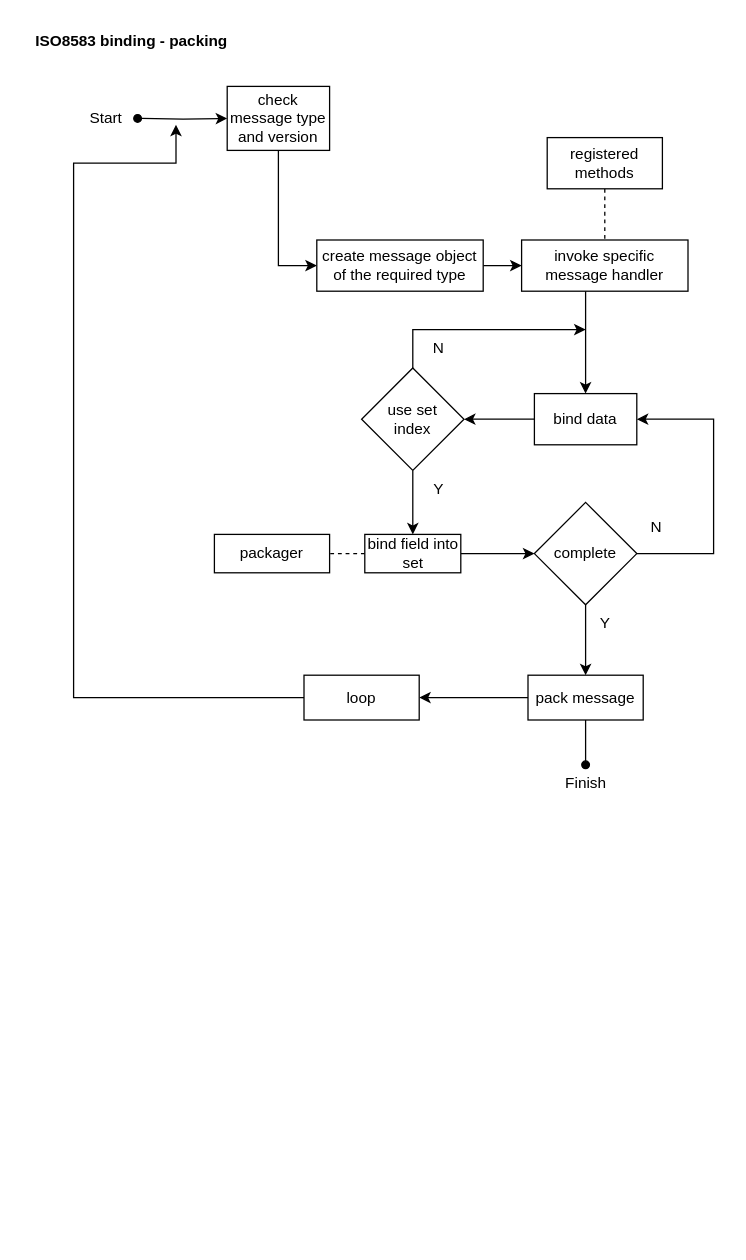
Earlier version of the draw.io diagram page "Page-1" (1 of 3) of ISO8583 binding-packing.drawio (PramudiaPutra/diagrams). Source tidied: cells renumbered, new cells numbered last; positions are measured from the earlier drawing's top-left corner, leaving out a move shared by most shapes. Both pictures are drawn from the tidied source at 128%, with x=0, y=0 at pixel (22, 22).
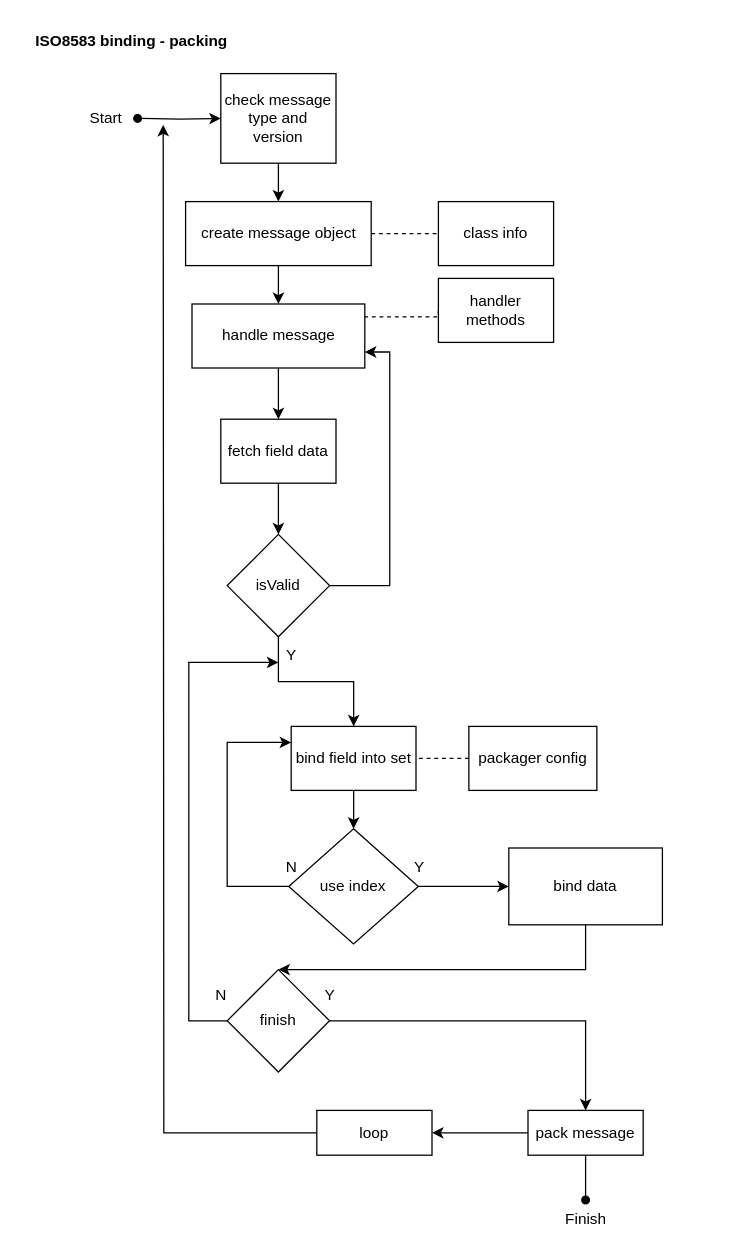
The same page after the edit.

Change to the diagram source:
```diff
@@
-    <mxCell id="2" style="edgeStyle=orthogonalEdgeStyle;rounded=0;jettySize=auto;html=1;endArrow=classic;endFill=1;" parent="1" edge="1" source="3" target="27">
+    <mxCell id="2" style="edgeStyle=orthogonalEdgeStyle;rounded=0;jettySize=auto;html=1;startArrow=none;startFill=0;endArrow=classic;endFill=1;" parent="1" edge="1" source="3" target="27">
       <mxGeometry relative="1" as="geometry" />
     </mxCell>
+    <mxCell id="35" style="edgeStyle=orthogonalEdgeStyle;rounded=0;jettySize=auto;html=1;startArrow=none;startFill=0;endArrow=none;endFill=0;dashed=1;" parent="1" edge="1" source="3" target="47">
+      <mxGeometry relative="1" as="geometry" />
+    </mxCell>
-    <mxCell id="3" value="create message object of the required type" style="rounded=0;whiteSpace=wrap;html=1;" parent="1" vertex="1">
-      <mxGeometry x="230" y="170" width="130" height="40" as="geometry" />
+    <mxCell id="3" value="create message object" style="rounded=0;whiteSpace=wrap;html=1;" parent="1" vertex="1">
+      <mxGeometry x="127.5" y="140" width="145" height="50" as="geometry" />
     </mxCell>
@@
-    <mxCell id="5" style="edgeStyle=orthogonalEdgeStyle;rounded=0;jettySize=auto;html=1;endArrow=classic;endFill=1;" parent="1" edge="1" source="6" target="14">
+    <mxCell id="5" style="edgeStyle=orthogonalEdgeStyle;rounded=0;jettySize=auto;html=1;startArrow=none;startFill=0;endArrow=classic;endFill=1;" parent="1" edge="1" source="6" target="14">
       <mxGeometry relative="1" as="geometry" />
     </mxCell>
-    <mxCell id="6" value="bind data" style="rounded=0;whiteSpace=wrap;html=1;" parent="1" vertex="1">
-      <mxGeometry x="400" y="290" width="80" height="40" as="geometry" />
+    <mxCell id="6" value="fetch field data" style="rounded=0;whiteSpace=wrap;html=1;" parent="1" vertex="1">
+      <mxGeometry x="155" y="310" width="90" height="50" as="geometry" />
     </mxCell>
-    <mxCell id="7" style="edgeStyle=orthogonalEdgeStyle;rounded=0;jettySize=auto;html=1;entryX=1;entryY=0.5;entryDx=0;entryDy=0;endArrow=classic;endFill=1;exitX=1;exitY=0.5;exitDx=0;exitDy=0;" parent="1" edge="1" source="9" target="6">
-      <mxGeometry relative="1" as="geometry">
-        <Array as="points">
-          <mxPoint x="540" y="415" />
-          <mxPoint x="540" y="310" />
-        </Array>
-      </mxGeometry>
-    </mxCell>
-    <mxCell id="8" style="edgeStyle=orthogonalEdgeStyle;rounded=0;jettySize=auto;html=1;endArrow=classic;endFill=1;" parent="1" edge="1" source="9" target="22">
-      <mxGeometry relative="1" as="geometry" />
-    </mxCell>
-    <mxCell id="9" value="complete" style="rhombus;whiteSpace=wrap;html=1;rounded=0;" parent="1" vertex="1">
-      <mxGeometry x="400" y="375" width="80" height="80" as="geometry" />
-    </mxCell>
-    <mxCell id="10" style="edgeStyle=orthogonalEdgeStyle;rounded=0;jettySize=auto;html=1;dashed=1;endArrow=none;endFill=0;exitX=0;exitY=0.5;exitDx=0;exitDy=0;entryX=1;entryY=0.5;entryDx=0;entryDy=0;" parent="1" edge="1" source="18" target="11">
-      <mxGeometry relative="1" as="geometry" />
-    </mxCell>
+    <mxCell id="36" style="edgeStyle=orthogonalEdgeStyle;rounded=0;jettySize=auto;html=1;entryX=1;entryY=0.5;entryDx=0;entryDy=0;startArrow=none;startFill=0;endArrow=none;endFill=0;dashed=1;" parent="1" edge="1" source="11" target="18">
+      <mxGeometry relative="1" as="geometry" />
+    </mxCell>
-    <mxCell id="11" value="packager" style="whiteSpace=wrap;html=1;rounded=0;" parent="1" vertex="1">
-      <mxGeometry x="150" y="400" width="90" height="30" as="geometry" />
+    <mxCell id="11" value="packager config" style="whiteSpace=wrap;html=1;rounded=0;" parent="1" vertex="1">
+      <mxGeometry x="348.8" y="550" width="100" height="50" as="geometry" />
     </mxCell>
-    <mxCell id="12" style="edgeStyle=orthogonalEdgeStyle;rounded=0;jettySize=auto;html=1;endArrow=classic;endFill=1;" parent="1" edge="1" source="14">
-      <mxGeometry relative="1" as="geometry">
-        <mxPoint x="440" y="240" as="targetPoint" />
-        <Array as="points">
-          <mxPoint x="305" y="240" />
-        </Array>
-      </mxGeometry>
-    </mxCell>
-    <mxCell id="13" style="edgeStyle=orthogonalEdgeStyle;rounded=0;jettySize=auto;html=1;endArrow=classic;endFill=1;" parent="1" edge="1" source="14" target="18">
+    <mxCell id="13" style="edgeStyle=orthogonalEdgeStyle;rounded=0;jettySize=auto;html=1;startArrow=none;startFill=0;endArrow=classic;endFill=1;" parent="1" edge="1" source="14" target="18">
       <mxGeometry relative="1" as="geometry" />
     </mxCell>
+    <mxCell id="37" style="edgeStyle=orthogonalEdgeStyle;rounded=0;jettySize=auto;html=1;entryX=1;entryY=0.75;entryDx=0;entryDy=0;startArrow=none;startFill=0;endArrow=classic;endFill=1;" parent="1" edge="1" source="14" target="27">
+      <mxGeometry relative="1" as="geometry">
+        <Array as="points">
+          <mxPoint x="287" y="440" />
+          <mxPoint x="287" y="257" />
+        </Array>
+      </mxGeometry>
+    </mxCell>
-    <mxCell id="14" value="&lt;div&gt;use set &lt;br&gt;&lt;/div&gt;&lt;div&gt;index&lt;/div&gt;" style="rhombus;whiteSpace=wrap;html=1;rounded=0;" parent="1" vertex="1">
-      <mxGeometry x="265" y="270" width="80" height="80" as="geometry" />
+    <mxCell id="14" value="isValid" style="rhombus;whiteSpace=wrap;html=1;rounded=0;" parent="1" vertex="1">
+      <mxGeometry x="160" y="400" width="80" height="80" as="geometry" />
     </mxCell>
-    <mxCell id="15" value="N" style="text;html=1;align=center;verticalAlign=middle;strokeColor=none;fillColor=none;" parent="1" vertex="1">
-      <mxGeometry x="310" y="240" width="30" height="30" as="geometry" />
-    </mxCell>
-    <mxCell id="16" value="Y" style="text;html=1;align=center;verticalAlign=middle;strokeColor=none;fillColor=none;" parent="1" vertex="1">
-      <mxGeometry x="310" y="350" width="30" height="30" as="geometry" />
-    </mxCell>
-    <mxCell id="17" style="edgeStyle=orthogonalEdgeStyle;rounded=0;jettySize=auto;html=1;entryX=0;entryY=0.5;entryDx=0;entryDy=0;endArrow=classic;endFill=1;" parent="1" edge="1" source="18" target="9">
-      <mxGeometry relative="1" as="geometry" />
-    </mxCell>
+    <mxCell id="38" style="edgeStyle=orthogonalEdgeStyle;rounded=0;jettySize=auto;html=1;startArrow=none;startFill=0;endArrow=classic;endFill=1;" parent="1" edge="1" source="18" target="50">
+      <mxGeometry relative="1" as="geometry" />
+    </mxCell>
     <mxCell id="18" value="bind field into set " style="whiteSpace=wrap;html=1;rounded=0;" parent="1" vertex="1">
-      <mxGeometry x="267.5" y="400" width="75" height="30" as="geometry" />
+      <mxGeometry x="210" y="550" width="97.5" height="50" as="geometry" />
     </mxCell>
-    <mxCell id="19" style="edgeStyle=orthogonalEdgeStyle;rounded=0;jettySize=auto;html=1;endArrow=classic;endFill=1;exitX=0;exitY=0.5;exitDx=0;exitDy=0;" parent="1" edge="1" source="29">
-      <mxGeometry relative="1" as="geometry">
-        <mxPoint x="120" y="80" as="targetPoint" />
-        <Array as="points">
-          <mxPoint x="40" y="528" />
-          <mxPoint x="40" y="110" />
-          <mxPoint x="120" y="110" />
-        </Array>
-      </mxGeometry>
-    </mxCell>
@@
-    <mxCell id="21" style="edgeStyle=orthogonalEdgeStyle;rounded=0;jettySize=auto;html=1;endArrow=oval;endFill=1;" parent="1" edge="1" source="22">
-      <mxGeometry relative="1" as="geometry">
-        <mxPoint x="440" y="580" as="targetPoint" />
-      </mxGeometry>
-    </mxCell>
+    <mxCell id="39" style="edgeStyle=orthogonalEdgeStyle;rounded=0;jettySize=auto;html=1;startArrow=none;startFill=0;endArrow=oval;endFill=1;" parent="1" edge="1" source="22" target="31">
+      <mxGeometry relative="1" as="geometry" />
+    </mxCell>
     <mxCell id="22" value="pack message" style="whiteSpace=wrap;html=1;rounded=0;" parent="1" vertex="1">
-      <mxGeometry x="395" y="510" width="90" height="35" as="geometry" />
+      <mxGeometry x="395" y="850" width="90" height="35" as="geometry" />
     </mxCell>
-    <mxCell id="23" value="Y" style="text;html=1;align=center;verticalAlign=middle;strokeColor=none;fillColor=none;" parent="1" vertex="1">
-      <mxGeometry x="440" y="455" width="30" height="30" as="geometry" />
-    </mxCell>
+    <mxCell id="34" style="edgeStyle=orthogonalEdgeStyle;rounded=0;jettySize=auto;html=1;startArrow=none;startFill=0;endArrow=classic;endFill=1;" parent="1" edge="1" source="24" target="3">
+      <mxGeometry relative="1" as="geometry" />
+    </mxCell>
     <mxCell id="24" value="check message type and version" style="rounded=0;whiteSpace=wrap;html=1;" parent="1" vertex="1">
-      <mxGeometry x="160" y="50" width="80" height="50" as="geometry" />
+      <mxGeometry x="155" y="40" width="90" height="70" as="geometry" />
     </mxCell>
@@
-    <mxCell id="26" style="edgeStyle=orthogonalEdgeStyle;rounded=0;jettySize=auto;html=1;endArrow=classic;endFill=1;" parent="1" edge="1" source="27" target="6">
-      <mxGeometry relative="1" as="geometry">
-        <Array as="points">
-          <mxPoint x="440" y="220" />
-          <mxPoint x="440" y="220" />
-        </Array>
-      </mxGeometry>
+    <mxCell id="26" style="edgeStyle=orthogonalEdgeStyle;rounded=0;jettySize=auto;html=1;startArrow=none;startFill=0;endArrow=classic;endFill=1;" parent="1" edge="1" source="27" target="6">
+      <mxGeometry relative="1" as="geometry" />
     </mxCell>
-    <mxCell id="27" value="invoke specific message handler" style="rounded=0;whiteSpace=wrap;html=1;" parent="1" vertex="1">
-      <mxGeometry x="390" y="170" width="130" height="40" as="geometry" />
+    <mxCell id="27" value="&lt;div&gt;handle message&lt;/div&gt;" style="rounded=0;whiteSpace=wrap;html=1;" parent="1" vertex="1">
+      <mxGeometry x="132.5" y="220" width="135" height="50" as="geometry" />
     </mxCell>
-    <mxCell id="28" value="N" style="text;html=1;align=center;verticalAlign=middle;strokeColor=none;fillColor=none;" parent="1" vertex="1">
-      <mxGeometry x="480" y="380" width="30" height="30" as="geometry" />
-    </mxCell>
+    <mxCell id="40" style="edgeStyle=orthogonalEdgeStyle;rounded=0;jettySize=auto;html=1;startArrow=none;startFill=0;endArrow=classic;endFill=1;" parent="1" edge="1" source="29">
+      <mxGeometry relative="1" as="geometry">
+        <mxPoint x="110" y="80" as="targetPoint" />
+      </mxGeometry>
+    </mxCell>
     <mxCell id="29" value="loop" style="whiteSpace=wrap;html=1;rounded=0;" parent="1" vertex="1">
-      <mxGeometry x="220" y="510" width="90" height="35" as="geometry" />
+      <mxGeometry x="230" y="850" width="90" height="35" as="geometry" />
     </mxCell>
@@
     <mxCell id="31" value="Finish" style="text;html=1;align=center;verticalAlign=middle;points=[];strokeColor=none;fillColor=none;" parent="1" vertex="1">
-      <mxGeometry x="410" y="580" width="60" height="30" as="geometry" />
+      <mxGeometry x="410" y="920" width="60" height="30" as="geometry" />
     </mxCell>
-    <mxCell id="32" style="edgeStyle=orthogonalEdgeStyle;rounded=0;jettySize=auto;html=1;dashed=1;startArrow=none;startFill=0;endArrow=none;endFill=0;" parent="1" edge="1" source="33" target="27">
-      <mxGeometry relative="1" as="geometry" />
+    <mxCell id="32" style="edgeStyle=orthogonalEdgeStyle;rounded=0;jettySize=auto;html=1;dashed=1;startArrow=none;startFill=0;endArrow=none;endFill=0;exitX=0;exitY=0.5;exitDx=0;exitDy=0;" parent="1" edge="1" source="33" target="27">
+      <mxGeometry relative="1" as="geometry">
+        <Array as="points">
+          <mxPoint x="325" y="230" />
+        </Array>
+      </mxGeometry>
     </mxCell>
-    <mxCell id="33" value="registered methods" style="rounded=0;whiteSpace=wrap;html=1;" parent="1" vertex="1">
-      <mxGeometry x="410" y="90" width="90" height="40" as="geometry" />
+    <mxCell id="33" value="handler methods" style="rounded=0;whiteSpace=wrap;html=1;" parent="1" vertex="1">
+      <mxGeometry x="325" y="200" width="90" height="50" as="geometry" />
     </mxCell>
-    <mxCell id="34" style="edgeStyle=orthogonalEdgeStyle;rounded=0;jettySize=auto;html=1;startArrow=none;startFill=0;endArrow=classic;endFill=1;exitX=0.5;exitY=1;exitDx=0;exitDy=0;entryX=0;entryY=0.5;entryDx=0;entryDy=0;" parent="1" edge="1" source="24" target="3">
-      <mxGeometry relative="1" as="geometry" />
-    </mxCell>
+    <mxCell id="41" style="edgeStyle=orthogonalEdgeStyle;rounded=0;jettySize=auto;html=1;startArrow=none;startFill=0;endArrow=classic;endFill=1;" parent="1" edge="1" source="43">
+      <mxGeometry relative="1" as="geometry">
+        <mxPoint x="200" y="500" as="targetPoint" />
+        <Array as="points">
+          <mxPoint x="130" y="780" />
+          <mxPoint x="130" y="500" />
+        </Array>
+      </mxGeometry>
+    </mxCell>
+    <mxCell id="42" style="edgeStyle=orthogonalEdgeStyle;rounded=0;jettySize=auto;html=1;startArrow=none;startFill=0;endArrow=classic;endFill=1;" parent="1" edge="1" source="43" target="22">
+      <mxGeometry relative="1" as="geometry" />
+    </mxCell>
+    <mxCell id="43" value="finish" style="rhombus;whiteSpace=wrap;html=1;rounded=0;" parent="1" vertex="1">
+      <mxGeometry x="160" y="740" width="80" height="80" as="geometry" />
+    </mxCell>
+    <mxCell id="44" value="N" style="text;html=1;align=center;verticalAlign=middle;strokeColor=none;fillColor=none;" parent="1" vertex="1">
+      <mxGeometry x="140" y="745" width="30" height="30" as="geometry" />
+    </mxCell>
+    <mxCell id="45" value="Y" style="text;html=1;align=center;verticalAlign=middle;strokeColor=none;fillColor=none;" parent="1" vertex="1">
+      <mxGeometry x="225" y="745" width="30" height="30" as="geometry" />
+    </mxCell>
+    <mxCell id="46" value="Y" style="text;html=1;align=center;verticalAlign=middle;strokeColor=none;fillColor=none;" parent="1" vertex="1">
+      <mxGeometry x="195" y="480" width="30" height="30" as="geometry" />
+    </mxCell>
+    <mxCell id="47" value="class info" style="rounded=0;whiteSpace=wrap;html=1;" parent="1" vertex="1">
+      <mxGeometry x="325" y="140" width="90" height="50" as="geometry" />
+    </mxCell>
+    <mxCell id="48" style="edgeStyle=orthogonalEdgeStyle;rounded=0;jettySize=auto;html=1;startArrow=none;startFill=0;endArrow=classic;endFill=1;" parent="1" edge="1" source="50" target="52">
+      <mxGeometry relative="1" as="geometry" />
+    </mxCell>
+    <mxCell id="49" style="edgeStyle=orthogonalEdgeStyle;rounded=0;jettySize=auto;html=1;entryX=0;entryY=0.25;entryDx=0;entryDy=0;startArrow=none;startFill=0;endArrow=classic;endFill=1;" parent="1" edge="1" source="50" target="18">
+      <mxGeometry relative="1" as="geometry">
+        <Array as="points">
+          <mxPoint x="160" y="675" />
+          <mxPoint x="160" y="562" />
+        </Array>
+      </mxGeometry>
+    </mxCell>
+    <mxCell id="50" value="use index" style="rhombus;whiteSpace=wrap;html=1;rounded=0;" parent="1" vertex="1">
+      <mxGeometry x="208.1" y="630" width="101.2" height="90" as="geometry" />
+    </mxCell>
+    <mxCell id="51" style="edgeStyle=orthogonalEdgeStyle;rounded=0;jettySize=auto;html=1;entryX=0.5;entryY=0;entryDx=0;entryDy=0;startArrow=none;startFill=0;endArrow=classic;endFill=1;" parent="1" edge="1" source="52" target="43">
+      <mxGeometry relative="1" as="geometry">
+        <Array as="points">
+          <mxPoint x="440" y="740" />
+        </Array>
+      </mxGeometry>
+    </mxCell>
+    <mxCell id="52" value="bind data" style="whiteSpace=wrap;html=1;rounded=0;" parent="1" vertex="1">
+      <mxGeometry x="380" y="645" width="120" height="60" as="geometry" />
+    </mxCell>
+    <mxCell id="53" value="N" style="text;html=1;align=center;verticalAlign=middle;strokeColor=none;fillColor=none;" parent="1" vertex="1">
+      <mxGeometry x="195" y="645" width="30" height="30" as="geometry" />
+    </mxCell>
+    <mxCell id="54" value="Y" style="text;html=1;align=center;verticalAlign=middle;strokeColor=none;fillColor=none;" parent="1" vertex="1">
+      <mxGeometry x="295" y="645" width="30" height="30" as="geometry" />
+    </mxCell>
```
